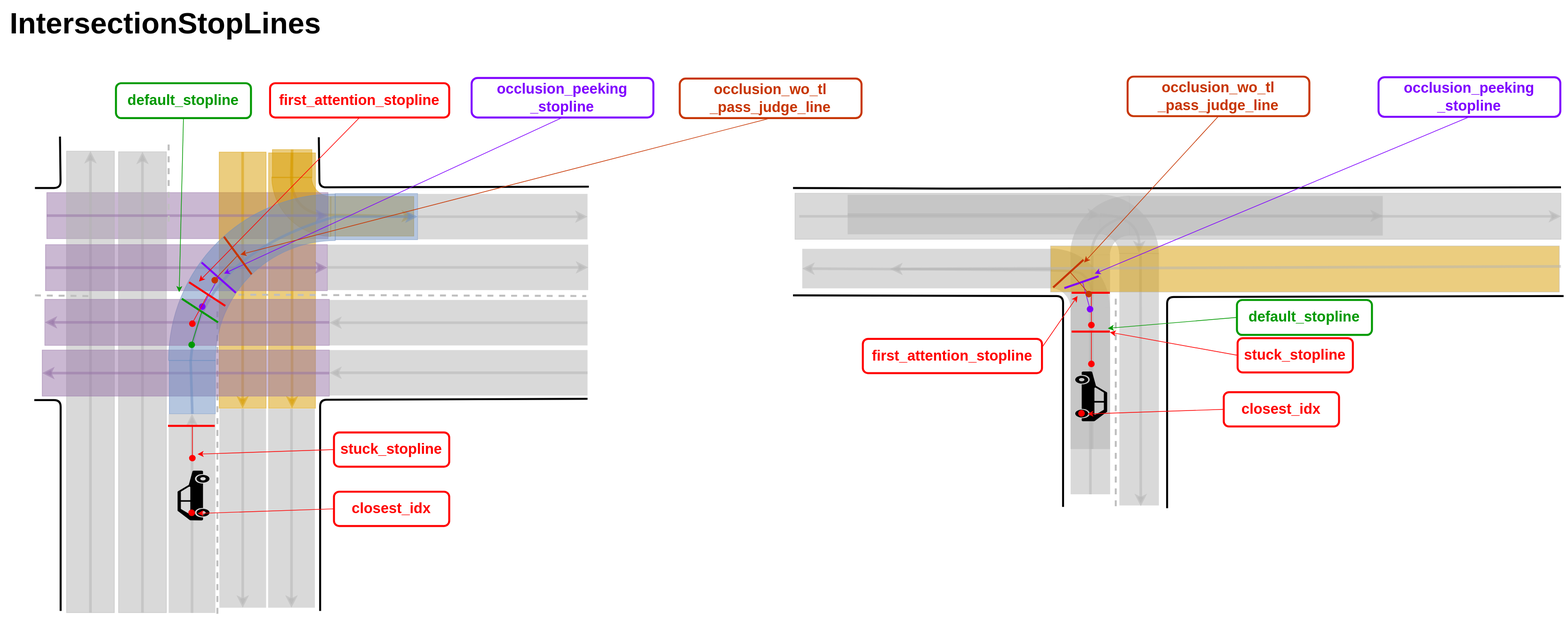
Earlier version of the draw.io export pr-5566/planning/behavior_velocity_intersection_module/docs/intersection-stoplines.drawio.svg (zusizusi/autoware.universe). Source tidied: cells renumbered, new cells last; positions are measured from the earlier drawing's top-left corner, leaving out a move shared by most shapes.
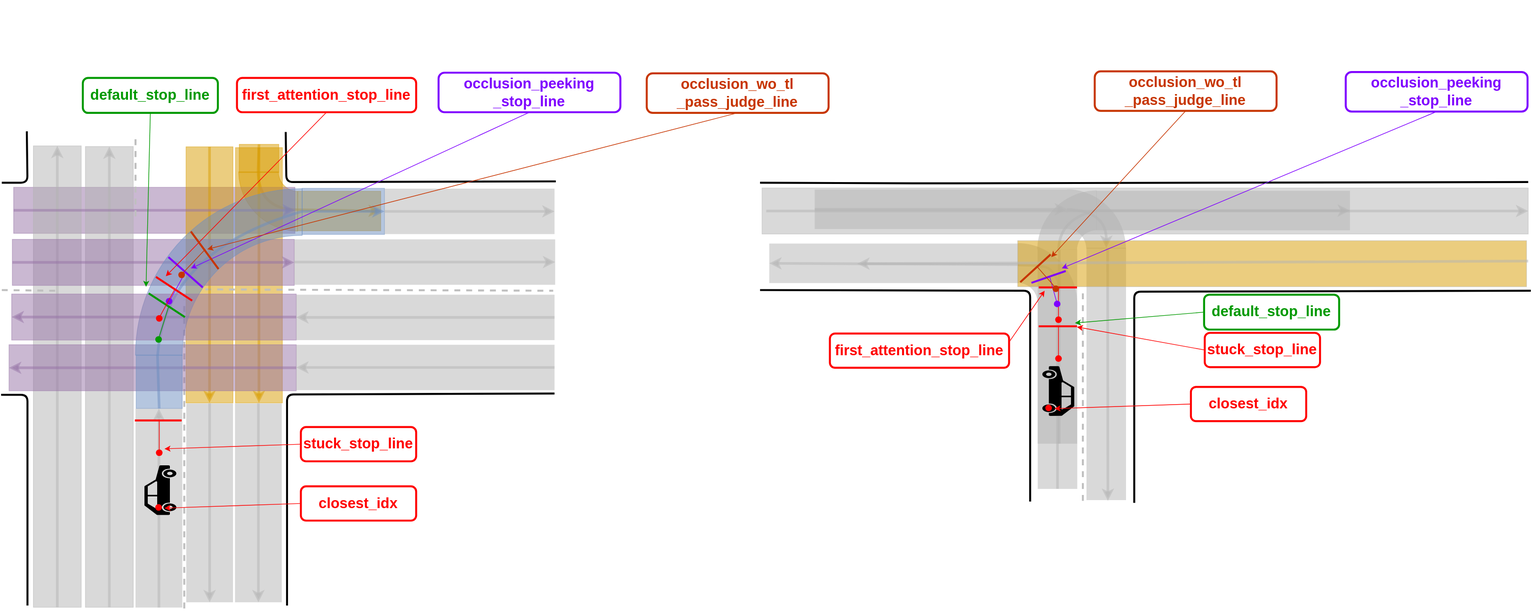
After the commit.

What changed in the source:
```diff
@@ -327,9 +327,6 @@
         <mxPoint x="553" y="415" as="targetPoint" />
       </mxGeometry>
     </mxCell>
-    <mxCell id="80" value="&lt;b&gt;&lt;font color=&quot;#000000&quot; style=&quot;font-size: 45px;&quot;&gt;IntersectionStopLines&lt;/font&gt;&lt;/b&gt;" style="text;html=1;align=center;verticalAlign=middle;strokeColor=none;fillColor=none;fontSize=22;fontColor=#009900;" parent="1" vertex="1">
-      <mxGeometry x="214" width="500" height="70" as="geometry" />
-    </mxCell>
     <mxCell id="81" style="endArrow=none;html=1;strokeWidth=3;" parent="1" edge="1">
       <mxGeometry relative="1" as="geometry">
         <mxPoint x="1417" y="285" as="sourcePoint" />
```
